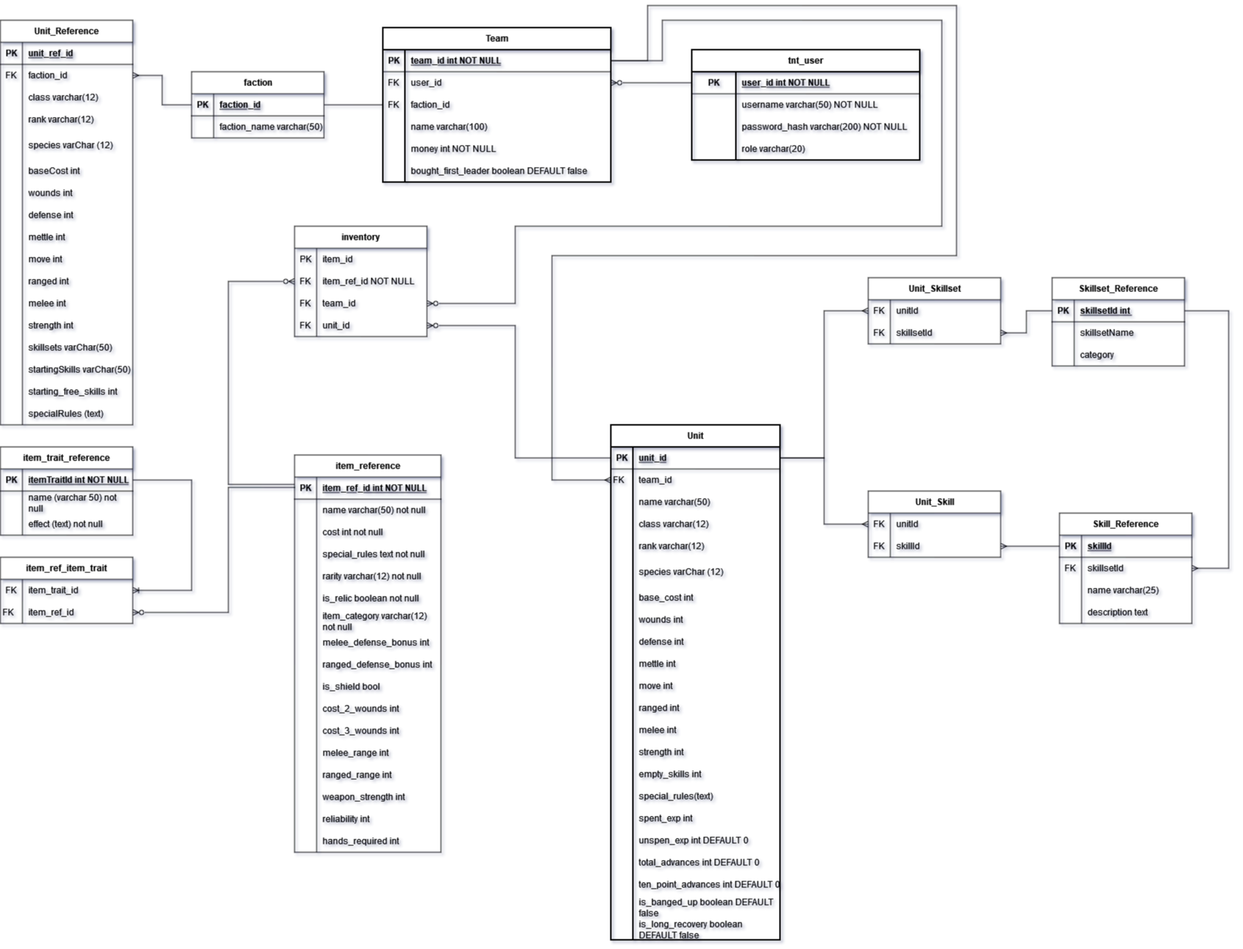
Earlier version of the draw.io export Database/databaseERD.png (kmeadows3/TnT-Team-Builder). Source tidied: cells renumbered, new cells last; positions are measured from the earlier drawing's top-left corner, leaving out a move shared by most shapes.
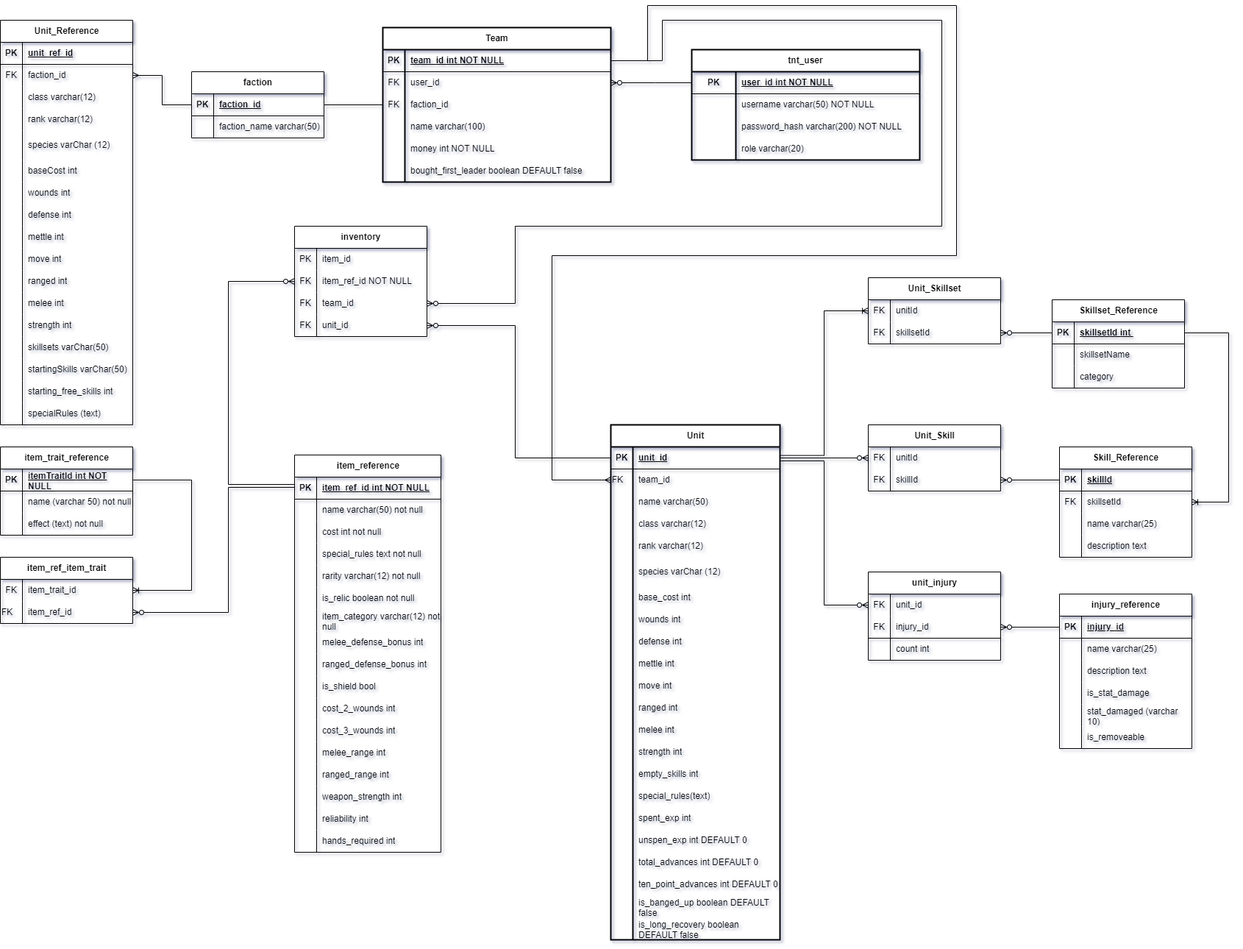
Later version of the same file.

Change to the diagram source:
```diff
@@ -643,7 +643,7 @@
       <mxGeometry x="30" width="150" height="30" as="geometry" />
     </mxCell>
     <mxCell id="204" value="Skillset_Reference" style="shape=table;startSize=30;rowLines=0;fontStyle=1;align=center;html=1;" parent="1" vertex="1">
-      <mxGeometry x="1430" y="370" width="180" height="120" as="geometry" />
+      <mxGeometry x="1430" y="400" width="180" height="120" as="geometry" />
     </mxCell>
     <mxCell id="205" style="shape=tableRow;horizontal=0;startSize=0;swimlaneHead=0;swimlaneBody=0;fillColor=none;points=[[0,0.5],[1,0.5]];portConstraint=eastwest;top=0;left=0;right=0;bottom=1;" parent="204" vertex="1">
       <mxGeometry y="30" width="180" height="30" as="geometry" />
@@ -672,14 +672,14 @@
     <mxCell id="213" value="category" style="shape=partialRectangle;fillColor=none;top=0;left=0;bottom=0;right=0;align=left;spacingLeft=6;overflow=hidden;whiteSpace=wrap;html=1;" parent="211" vertex="1">
       <mxGeometry x="30" width="150" height="30" as="geometry" />
     </mxCell>
-    <mxCell id="214" style="edgeStyle=orthogonalEdgeStyle;rounded=0;jettySize=auto;html=1;entryX=1;entryY=0.5;entryDx=0;entryDy=0;endArrow=ERmany;endFill=0;" parent="1" edge="1" source="205" target="201">
+    <mxCell id="214" style="edgeStyle=orthogonalEdgeStyle;rounded=0;jettySize=auto;html=1;entryX=1;entryY=0.5;entryDx=0;entryDy=0;endArrow=ERzeroToMany;endFill=0;" parent="1" edge="1" source="205" target="201">
       <mxGeometry relative="1" as="geometry" />
     </mxCell>
-    <mxCell id="215" style="edgeStyle=orthogonalEdgeStyle;rounded=0;jettySize=auto;html=1;exitX=1;exitY=0.5;exitDx=0;exitDy=0;entryX=0;entryY=0.5;entryDx=0;entryDy=0;endArrow=ERmany;endFill=0;" parent="1" edge="1" source="106" target="198">
+    <mxCell id="215" style="edgeStyle=orthogonalEdgeStyle;rounded=0;jettySize=auto;html=1;exitX=1.003;exitY=0.386;exitDx=0;exitDy=0;entryX=0;entryY=0.5;entryDx=0;entryDy=0;endArrow=ERoneToMany;endFill=0;exitPerimeter=0;" parent="1" edge="1" source="106" target="198">
       <mxGeometry relative="1" as="geometry" />
     </mxCell>
     <mxCell id="216" value="Skill_Reference" style="shape=table;startSize=30;rowLines=0;fontStyle=1;align=center;html=1;" parent="1" vertex="1">
-      <mxGeometry x="1440" y="690" width="180" height="150" as="geometry" />
+      <mxGeometry x="1440" y="600" width="180" height="150" as="geometry" />
     </mxCell>
     <mxCell id="217" style="shape=tableRow;horizontal=0;startSize=0;swimlaneHead=0;swimlaneBody=0;fillColor=none;points=[[0,0.5],[1,0.5]];portConstraint=eastwest;top=0;left=0;right=0;bottom=1;" parent="216" vertex="1">
       <mxGeometry y="30" width="180" height="30" as="geometry" />
@@ -717,16 +717,16 @@
     <mxCell id="228" value="description text" style="shape=partialRectangle;fillColor=none;top=0;left=0;bottom=0;right=0;align=left;spacingLeft=6;overflow=hidden;whiteSpace=wrap;html=1;" parent="226" vertex="1">
       <mxGeometry x="30" width="150" height="30" as="geometry" />
     </mxCell>
-    <mxCell id="229" style="edgeStyle=orthogonalEdgeStyle;rounded=0;jettySize=auto;html=1;exitX=1;exitY=0.5;exitDx=0;exitDy=0;entryX=1;entryY=0.5;entryDx=0;entryDy=0;endArrow=ERmany;endFill=0;" parent="1" edge="1" source="205" target="220">
+    <mxCell id="229" style="edgeStyle=orthogonalEdgeStyle;rounded=0;jettySize=auto;html=1;exitX=1;exitY=0.5;exitDx=0;exitDy=0;entryX=1;entryY=0.5;entryDx=0;entryDy=0;endArrow=ERoneToMany;endFill=0;" parent="1" edge="1" source="205" target="220">
       <mxGeometry relative="1" as="geometry">
         <Array as="points">
-          <mxPoint x="1670" y="415" />
-          <mxPoint x="1670" y="765" />
+          <mxPoint x="1670" y="445" />
+          <mxPoint x="1670" y="675" />
         </Array>
       </mxGeometry>
     </mxCell>
     <mxCell id="230" value="Unit_Skill" style="shape=table;startSize=30;rowLines=0;fontStyle=1;align=center;html=1;" parent="1" vertex="1">
-      <mxGeometry x="1180" y="660" width="180" height="90" as="geometry" />
+      <mxGeometry x="1180" y="570" width="180" height="90" as="geometry" />
     </mxCell>
     <mxCell id="231" style="shape=tableRow;horizontal=0;startSize=0;swimlaneHead=0;swimlaneBody=0;fillColor=none;points=[[0,0.5],[1,0.5]];portConstraint=eastwest;top=0;left=0;right=0;bottom=0;" parent="230" vertex="1">
       <mxGeometry y="30" width="180" height="30" as="geometry" />
@@ -746,10 +746,10 @@
     <mxCell id="236" value="skillId" style="shape=partialRectangle;fillColor=none;top=0;left=0;bottom=0;right=0;align=left;spacingLeft=6;overflow=hidden;whiteSpace=wrap;html=1;" parent="234" vertex="1">
       <mxGeometry x="30" width="150" height="30" as="geometry" />
     </mxCell>
-    <mxCell id="237" style="edgeStyle=orthogonalEdgeStyle;rounded=0;jettySize=auto;html=1;exitX=0;exitY=0.5;exitDx=0;exitDy=0;entryX=1;entryY=0.5;entryDx=0;entryDy=0;endArrow=ERmany;endFill=0;" parent="1" edge="1" source="217" target="234">
+    <mxCell id="237" style="edgeStyle=orthogonalEdgeStyle;rounded=0;jettySize=auto;html=1;exitX=0;exitY=0.5;exitDx=0;exitDy=0;entryX=1;entryY=0.5;entryDx=0;entryDy=0;endArrow=ERzeroToMany;endFill=0;" parent="1" edge="1" source="217" target="234">
       <mxGeometry relative="1" as="geometry" />
     </mxCell>
-    <mxCell id="238" style="edgeStyle=orthogonalEdgeStyle;rounded=0;jettySize=auto;html=1;entryX=0;entryY=0.5;entryDx=0;entryDy=0;endArrow=ERmany;endFill=0;" parent="1" edge="1" source="106" target="231">
+    <mxCell id="238" style="edgeStyle=orthogonalEdgeStyle;rounded=0;jettySize=auto;html=1;entryX=0;entryY=0.5;entryDx=0;entryDy=0;endArrow=ERzeroToMany;endFill=0;" parent="1" edge="1" source="106" target="231">
       <mxGeometry relative="1" as="geometry" />
     </mxCell>
     <mxCell id="239" value="Unit_Reference" style="shape=table;startSize=30;rowLines=0;fontStyle=1;align=center;html=1;strokeWidth=1;" parent="1" vertex="1">
@@ -928,5 +928,98 @@
         </Array>
       </mxGeometry>
     </mxCell>
+    <mxCell id="293" value="unit_injury" style="shape=table;startSize=30;rowLines=0;fontStyle=1;align=center;html=1;" parent="1" vertex="1">
+      <mxGeometry x="1180" y="770" width="180" height="120" as="geometry" />
+    </mxCell>
+    <mxCell id="294" style="shape=tableRow;horizontal=0;startSize=0;swimlaneHead=0;swimlaneBody=0;fillColor=none;points=[[0,0.5],[1,0.5]];portConstraint=eastwest;top=0;left=0;right=0;bottom=0;" parent="293" vertex="1">
+      <mxGeometry y="30" width="180" height="30" as="geometry" />
+    </mxCell>
+    <mxCell id="295" value="FK" style="shape=partialRectangle;fillColor=none;top=0;left=0;bottom=0;right=0;overflow=hidden;whiteSpace=wrap;html=1;" parent="294" vertex="1">
+      <mxGeometry width="30" height="30" as="geometry" />
+    </mxCell>
+    <mxCell id="296" value="unit_id" style="shape=partialRectangle;fillColor=none;top=0;left=0;bottom=0;right=0;align=left;spacingLeft=6;overflow=hidden;whiteSpace=wrap;html=1;" parent="294" vertex="1">
+      <mxGeometry x="30" width="150" height="30" as="geometry" />
+    </mxCell>
+    <mxCell id="297" style="shape=tableRow;horizontal=0;startSize=0;swimlaneHead=0;swimlaneBody=0;fillColor=none;points=[[0,0.5],[1,0.5]];portConstraint=eastwest;top=0;left=0;right=0;bottom=1;" parent="293" vertex="1">
+      <mxGeometry y="60" width="180" height="30" as="geometry" />
+    </mxCell>
+    <mxCell id="298" value="FK" style="shape=partialRectangle;fillColor=none;top=0;left=0;bottom=0;right=0;overflow=hidden;whiteSpace=wrap;html=1;" parent="297" vertex="1">
+      <mxGeometry width="30" height="30" as="geometry" />
+    </mxCell>
+    <mxCell id="299" value="injury_id" style="shape=partialRectangle;fillColor=none;top=0;left=0;bottom=0;right=0;align=left;spacingLeft=6;overflow=hidden;whiteSpace=wrap;html=1;" parent="297" vertex="1">
+      <mxGeometry x="30" width="150" height="30" as="geometry" />
+    </mxCell>
+    <mxCell id="300" style="shape=tableRow;horizontal=0;startSize=0;swimlaneHead=0;swimlaneBody=0;fillColor=none;top=0;left=0;right=0;bottom=0;" parent="293" vertex="1">
+      <mxGeometry y="90" width="180" height="30" as="geometry" />
+    </mxCell>
+    <mxCell id="301" style="shape=partialRectangle;fillColor=none;top=0;left=0;bottom=0;right=0;overflow=hidden;whiteSpace=wrap;html=1;" parent="300" vertex="1">
+      <mxGeometry width="30" height="30" as="geometry" />
+    </mxCell>
+    <mxCell id="302" value="count int" style="shape=partialRectangle;fillColor=none;top=0;left=0;bottom=0;right=0;align=left;spacingLeft=6;overflow=hidden;whiteSpace=wrap;html=1;" parent="300" vertex="1">
+      <mxGeometry x="30" width="150" height="30" as="geometry" />
+    </mxCell>
+    <mxCell id="303" value="injury_reference" style="shape=table;startSize=30;rowLines=0;fontStyle=1;align=center;html=1;" parent="1" vertex="1">
+      <mxGeometry x="1440" y="800" width="180" height="210" as="geometry" />
+    </mxCell>
+    <mxCell id="304" style="shape=tableRow;horizontal=0;startSize=0;swimlaneHead=0;swimlaneBody=0;fillColor=none;points=[[0,0.5],[1,0.5]];portConstraint=eastwest;top=0;left=0;right=0;bottom=1;" parent="303" vertex="1">
+      <mxGeometry y="30" width="180" height="30" as="geometry" />
+    </mxCell>
+    <mxCell id="305" value="PK" style="shape=partialRectangle;fillColor=none;top=0;left=0;bottom=0;right=0;fontStyle=1;overflow=hidden;whiteSpace=wrap;html=1;" parent="304" vertex="1">
+      <mxGeometry width="30" height="30" as="geometry" />
+    </mxCell>
+    <mxCell id="306" value="injury_id" style="shape=partialRectangle;fillColor=none;top=0;left=0;bottom=0;right=0;align=left;spacingLeft=6;fontStyle=5;overflow=hidden;whiteSpace=wrap;html=1;" parent="304" vertex="1">
+      <mxGeometry x="30" width="150" height="30" as="geometry" />
+    </mxCell>
+    <mxCell id="307" style="shape=tableRow;horizontal=0;startSize=0;swimlaneHead=0;swimlaneBody=0;fillColor=none;top=0;left=0;right=0;bottom=0;" parent="303" vertex="1">
+      <mxGeometry y="60" width="180" height="30" as="geometry" />
+    </mxCell>
+    <mxCell id="308" style="shape=partialRectangle;fillColor=none;top=0;left=0;bottom=0;right=0;overflow=hidden;whiteSpace=wrap;html=1;" parent="307" vertex="1">
+      <mxGeometry width="30" height="30" as="geometry" />
+    </mxCell>
+    <mxCell id="309" value="name varchar(25)" style="shape=partialRectangle;fillColor=none;top=0;left=0;bottom=0;right=0;align=left;spacingLeft=6;overflow=hidden;whiteSpace=wrap;html=1;" parent="307" vertex="1">
+      <mxGeometry x="30" width="150" height="30" as="geometry" />
+    </mxCell>
+    <mxCell id="310" style="shape=tableRow;horizontal=0;startSize=0;swimlaneHead=0;swimlaneBody=0;fillColor=none;top=0;left=0;right=0;bottom=0;" parent="303" vertex="1">
+      <mxGeometry y="90" width="180" height="30" as="geometry" />
+    </mxCell>
+    <mxCell id="311" style="shape=partialRectangle;fillColor=none;top=0;left=0;bottom=0;right=0;overflow=hidden;whiteSpace=wrap;html=1;" parent="310" vertex="1">
+      <mxGeometry width="30" height="30" as="geometry" />
+    </mxCell>
+    <mxCell id="312" value="description text" style="shape=partialRectangle;fillColor=none;top=0;left=0;bottom=0;right=0;align=left;spacingLeft=6;overflow=hidden;whiteSpace=wrap;html=1;" parent="310" vertex="1">
+      <mxGeometry x="30" width="150" height="30" as="geometry" />
+    </mxCell>
+    <mxCell id="313" style="shape=tableRow;horizontal=0;startSize=0;swimlaneHead=0;swimlaneBody=0;fillColor=none;top=0;left=0;right=0;bottom=0;" parent="303" vertex="1">
+      <mxGeometry y="120" width="180" height="30" as="geometry" />
+    </mxCell>
+    <mxCell id="314" style="shape=partialRectangle;fillColor=none;top=0;left=0;bottom=0;right=0;overflow=hidden;whiteSpace=wrap;html=1;" parent="313" vertex="1">
+      <mxGeometry width="30" height="30" as="geometry" />
+    </mxCell>
+    <mxCell id="315" value="is_stat_damage" style="shape=partialRectangle;fillColor=none;top=0;left=0;bottom=0;right=0;align=left;spacingLeft=6;overflow=hidden;whiteSpace=wrap;html=1;" parent="313" vertex="1">
+      <mxGeometry x="30" width="150" height="30" as="geometry" />
+    </mxCell>
+    <mxCell id="316" style="shape=tableRow;horizontal=0;startSize=0;swimlaneHead=0;swimlaneBody=0;fillColor=none;top=0;left=0;right=0;bottom=0;" parent="303" vertex="1">
+      <mxGeometry y="150" width="180" height="30" as="geometry" />
+    </mxCell>
+    <mxCell id="317" style="shape=partialRectangle;fillColor=none;top=0;left=0;bottom=0;right=0;overflow=hidden;whiteSpace=wrap;html=1;" parent="316" vertex="1">
+      <mxGeometry width="30" height="30" as="geometry" />
+    </mxCell>
+    <mxCell id="318" value="stat_damaged (varchar 10)" style="shape=partialRectangle;fillColor=none;top=0;left=0;bottom=0;right=0;align=left;spacingLeft=6;overflow=hidden;whiteSpace=wrap;html=1;" parent="316" vertex="1">
+      <mxGeometry x="30" width="150" height="30" as="geometry" />
+    </mxCell>
+    <mxCell id="319" style="shape=tableRow;horizontal=0;startSize=0;swimlaneHead=0;swimlaneBody=0;fillColor=none;top=0;left=0;right=0;bottom=0;" parent="303" vertex="1">
+      <mxGeometry y="180" width="180" height="30" as="geometry" />
+    </mxCell>
+    <mxCell id="320" style="shape=partialRectangle;fillColor=none;top=0;left=0;bottom=0;right=0;overflow=hidden;whiteSpace=wrap;html=1;" parent="319" vertex="1">
+      <mxGeometry width="30" height="30" as="geometry" />
+    </mxCell>
+    <mxCell id="321" value="is_removeable" style="shape=partialRectangle;fillColor=none;top=0;left=0;bottom=0;right=0;align=left;spacingLeft=6;overflow=hidden;whiteSpace=wrap;html=1;" parent="319" vertex="1">
+      <mxGeometry x="30" width="150" height="30" as="geometry" />
+    </mxCell>
+    <mxCell id="322" style="edgeStyle=orthogonalEdgeStyle;rounded=0;jettySize=auto;html=1;entryX=1;entryY=0.5;entryDx=0;entryDy=0;endArrow=ERzeroToMany;endFill=0;" parent="1" edge="1" source="304" target="297">
+      <mxGeometry relative="1" as="geometry" />
+    </mxCell>
+    <mxCell id="323" style="edgeStyle=orthogonalEdgeStyle;rounded=0;jettySize=auto;html=1;exitX=1.001;exitY=0.633;exitDx=0;exitDy=0;entryX=0;entryY=0.5;entryDx=0;entryDy=0;endArrow=ERzeroToMany;endFill=0;exitPerimeter=0;" parent="1" edge="1" source="106" target="294">
+      <mxGeometry relative="1" as="geometry" />
+    </mxCell>
   </root>
 </mxGraphModel>
```
